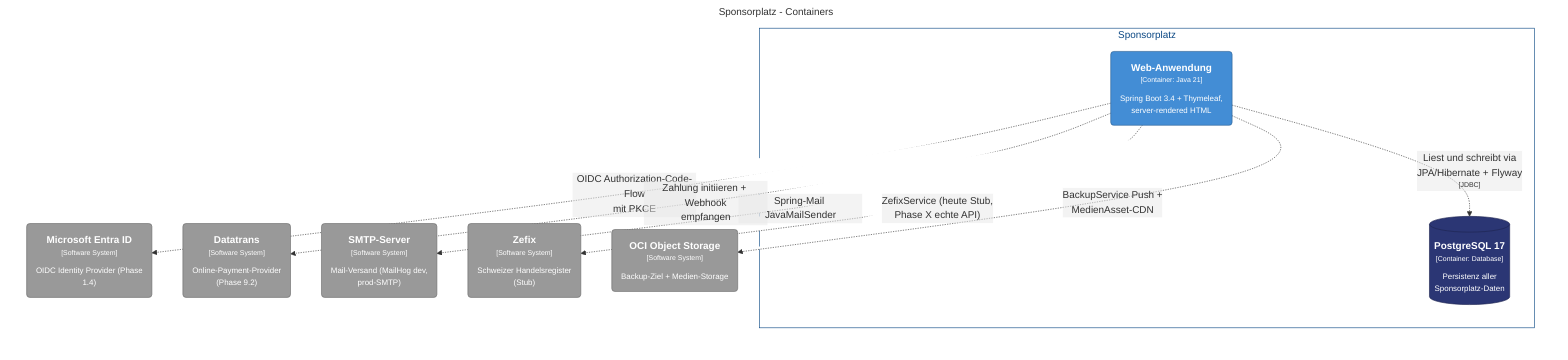
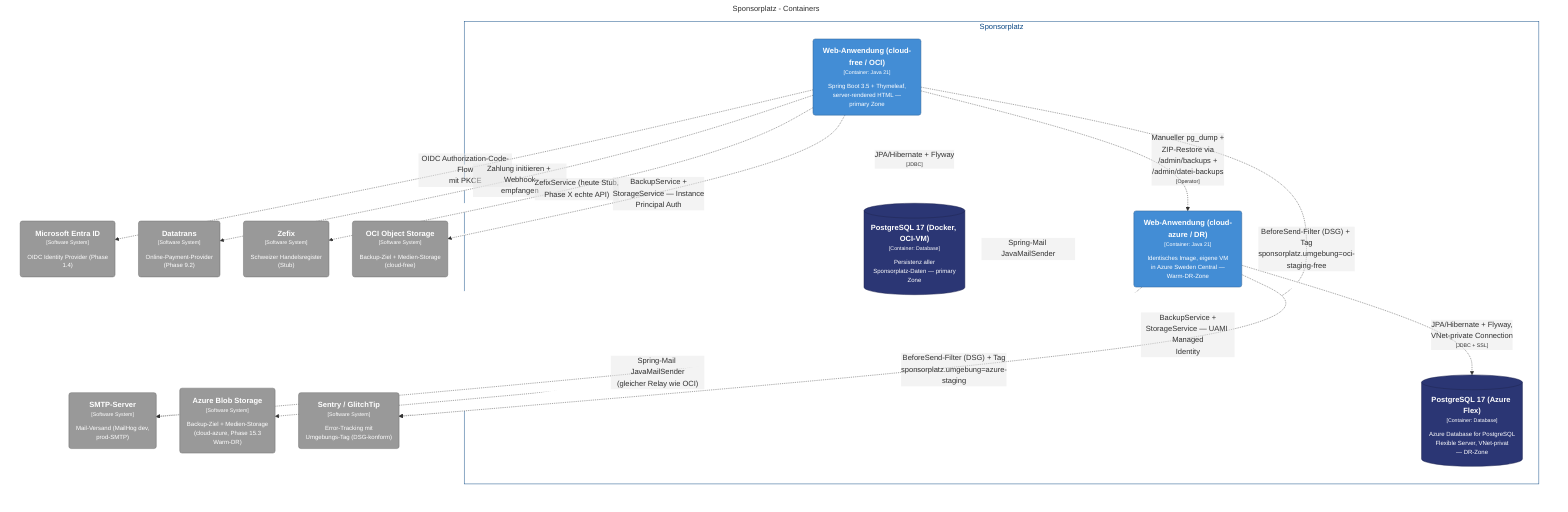
graph LR
  linkStyle default fill:#ffffff

  subgraph diagram ["Sponsorplatz - Containers"]
    style diagram fill:#ffffff,stroke:#ffffff

    7("<div style='font-weight: bold'>Microsoft Entra ID</div><div style='font-size: 70%; margin-top: 0px'>[Software System]</div><div style='font-size: 80%; margin-top:10px'>OIDC Identity Provider (Phase<br />1.4)</div>")
    style 7 fill:#999999,stroke:#6b6b6b,color:#ffffff
    8("<div style='font-weight: bold'>Datatrans</div><div style='font-size: 70%; margin-top: 0px'>[Software System]</div><div style='font-size: 80%; margin-top:10px'>Online-Payment-Provider<br />(Phase 9.2)</div>")
    style 8 fill:#999999,stroke:#6b6b6b,color:#ffffff
    9("<div style='font-weight: bold'>SMTP-Server</div><div style='font-size: 70%; margin-top: 0px'>[Software System]</div><div style='font-size: 80%; margin-top:10px'>Mail-Versand (MailHog dev,<br />prod-SMTP)</div>")
    style 9 fill:#999999,stroke:#6b6b6b,color:#ffffff
    10("<div style='font-weight: bold'>Zefix</div><div style='font-size: 70%; margin-top: 0px'>[Software System]</div><div style='font-size: 80%; margin-top:10px'>Schweizer Handelsregister<br />(Stub)</div>")
    style 10 fill:#999999,stroke:#6b6b6b,color:#ffffff
-     11("<div style='font-weight: bold'>OCI Object Storage</div><div style='font-size: 70%; margin-top: 0px'>[Software System]</div><div style='font-size: 80%; margin-top:10px'>Backup-Ziel + Medien-Storage</div>")
+     11("<div style='font-weight: bold'>OCI Object Storage</div><div style='font-size: 70%; margin-top: 0px'>[Software System]</div><div style='font-size: 80%; margin-top:10px'>Backup-Ziel + Medien-Storage<br />(cloud-free)</div>")
    style 11 fill:#999999,stroke:#6b6b6b,color:#ffffff
+     12("<div style='font-weight: bold'>Azure Blob Storage</div><div style='font-size: 70%; margin-top: 0px'>[Software System]</div><div style='font-size: 80%; margin-top:10px'>Backup-Ziel + Medien-Storage<br />(cloud-azure, Phase 15.3<br />Warm-DR)</div>")
+     style 12 fill:#999999,stroke:#6b6b6b,color:#ffffff
+     13("<div style='font-weight: bold'>Sentry / GlitchTip</div><div style='font-size: 70%; margin-top: 0px'>[Software System]</div><div style='font-size: 80%; margin-top:10px'>Error-Tracking mit<br />Umgebungs-Tag (DSG-konform)</div>")
+     style 13 fill:#999999,stroke:#6b6b6b,color:#ffffff

-     subgraph 12 ["Sponsorplatz"]
-       style 12 fill:#ffffff,stroke:#0b4884,color:#0b4884
+     subgraph 14 ["Sponsorplatz"]
+       style 14 fill:#ffffff,stroke:#0b4884,color:#0b4884

-       13("<div style='font-weight: bold'>Web-Anwendung</div><div style='font-size: 70%; margin-top: 0px'>[Container: Java 21]</div><div style='font-size: 80%; margin-top:10px'>Spring Boot 3.4 + Thymeleaf,<br />server-rendered HTML</div>")
-       style 13 fill:#438dd5,stroke:#2e6295,color:#ffffff
-       30[("<div style='font-weight: bold'>PostgreSQL 17</div><div style='font-size: 70%; margin-top: 0px'>[Container: Database]</div><div style='font-size: 80%; margin-top:10px'>Persistenz aller<br />Sponsorplatz-Daten</div>")]
-       style 30 fill:#2b3674,stroke:#1e2551,color:#ffffff
+       15("<div style='font-weight: bold'>Web-Anwendung (cloud-free / OCI)</div><div style='font-size: 70%; margin-top: 0px'>[Container: Java 21]</div><div style='font-size: 80%; margin-top:10px'>Spring Boot 3.5 + Thymeleaf,<br />server-rendered HTML —<br />primary Zone</div>")
+       style 15 fill:#438dd5,stroke:#2e6295,color:#ffffff
+       32[("<div style='font-weight: bold'>PostgreSQL 17 (Docker, OCI-VM)</div><div style='font-size: 70%; margin-top: 0px'>[Container: Database]</div><div style='font-size: 80%; margin-top:10px'>Persistenz aller<br />Sponsorplatz-Daten — primary<br />Zone</div>")]
+       style 32 fill:#2b3674,stroke:#1e2551,color:#ffffff
+       33("<div style='font-weight: bold'>Web-Anwendung (cloud-azure / DR)</div><div style='font-size: 70%; margin-top: 0px'>[Container: Java 21]</div><div style='font-size: 80%; margin-top:10px'>Identisches Image, eigene VM<br />in Azure Sweden Central —<br />Warm-DR-Zone</div>")
+       style 33 fill:#438dd5,stroke:#2e6295,color:#ffffff
+       34[("<div style='font-weight: bold'>PostgreSQL 17 (Azure Flex)</div><div style='font-size: 70%; margin-top: 0px'>[Container: Database]</div><div style='font-size: 80%; margin-top:10px'>Azure Database for PostgreSQL<br />Flexible Server, VNet-privat<br />— DR-Zone</div>")]
+       style 34 fill:#2b3674,stroke:#1e2551,color:#ffffff
    end

-     13-. "<div>Liest und schreibt via<br />JPA/Hibernate + Flyway</div><div style='font-size: 70%'>[JDBC]</div>" .->30
-     13-. "<div>OIDC Authorization-Code-Flow<br />mit PKCE</div><div style='font-size: 70%'></div>" .->7
-     13-. "<div>Zahlung initiieren + Webhook<br />empfangen</div><div style='font-size: 70%'></div>" .->8
-     13-. "<div>Spring-Mail JavaMailSender</div><div style='font-size: 70%'></div>" .->9
-     13-. "<div>ZefixService (heute Stub,<br />Phase X echte API)</div><div style='font-size: 70%'></div>" .->10
-     13-. "<div>BackupService Push +<br />MedienAsset-CDN</div><div style='font-size: 70%'></div>" .->11
+     15-. "<div>JPA/Hibernate + Flyway</div><div style='font-size: 70%'>[JDBC]</div>" .->32
+     15-. "<div>OIDC Authorization-Code-Flow<br />mit PKCE</div><div style='font-size: 70%'></div>" .->7
+     15-. "<div>Zahlung initiieren + Webhook<br />empfangen</div><div style='font-size: 70%'></div>" .->8
+     15-. "<div>Spring-Mail JavaMailSender</div><div style='font-size: 70%'></div>" .->9
+     15-. "<div>ZefixService (heute Stub,<br />Phase X echte API)</div><div style='font-size: 70%'></div>" .->10
+     15-. "<div>BackupService +<br />StorageService — Instance<br />Principal Auth</div><div style='font-size: 70%'></div>" .->11
+     15-. "<div>BeforeSend-Filter (DSG) + Tag<br />sponsorplatz.umgebung=oci-staging-free</div><div style='font-size: 70%'></div>" .->13
+     33-. "<div>JPA/Hibernate + Flyway,<br />VNet-private Connection</div><div style='font-size: 70%'>[JDBC + SSL]</div>" .->34
+     33-. "<div>BackupService +<br />StorageService — UAMI Managed<br />Identity</div><div style='font-size: 70%'></div>" .->12
+     33-. "<div>Spring-Mail JavaMailSender<br />(gleicher Relay wie OCI)</div><div style='font-size: 70%'></div>" .->9
+     33-. "<div>BeforeSend-Filter (DSG) + Tag<br />sponsorplatz.umgebung=azure-staging</div><div style='font-size: 70%'></div>" .->13
+     15-. "<div>Manueller pg_dump +<br />ZIP-Restore via<br />/admin/backups +<br />/admin/datei-backups</div><div style='font-size: 70%'>[Operator]</div>" .->33
  end